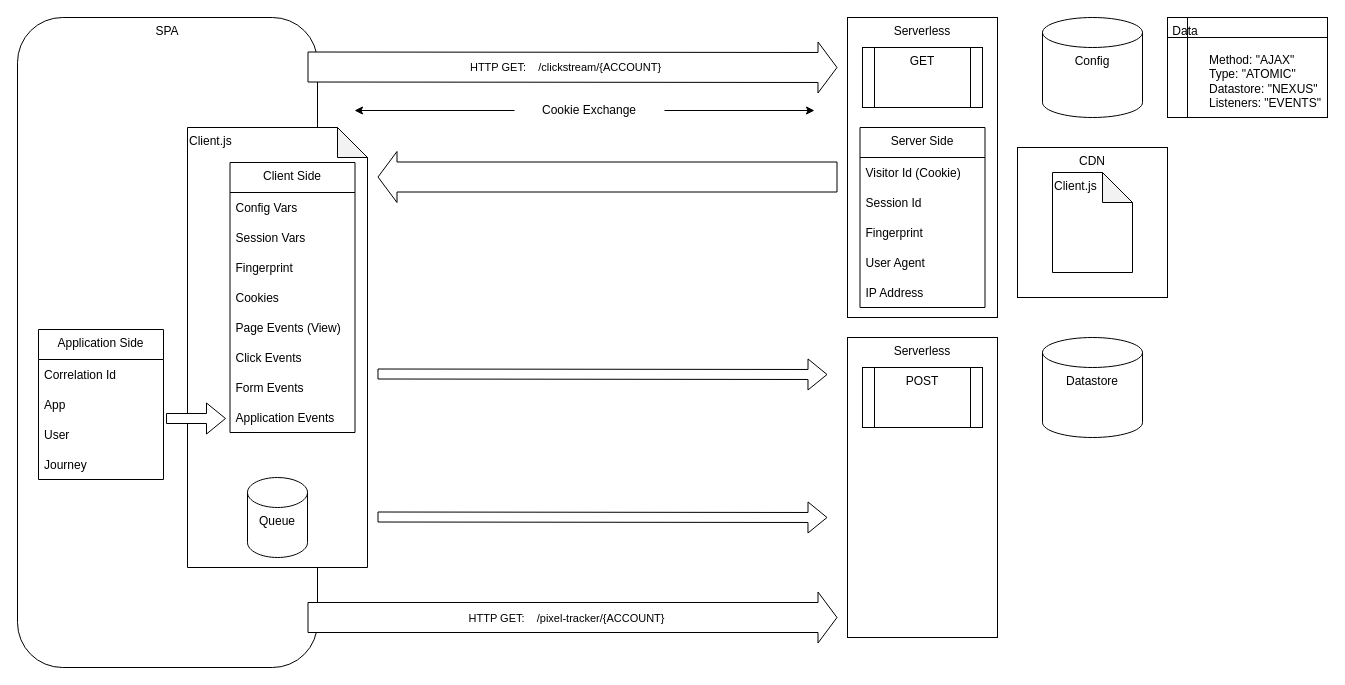
The draw.io diagram Clickstream.drawio in hikumealan/draw-io-diagrams, before the edit. Source tidied: cells renumbered, new cells numbered last; positions are measured from the earlier drawing's top-left corner, leaving out a move shared by most shapes. Both pictures are drawn from the tidied source at 100%, with x=0, y=0 at pixel (17, 17).
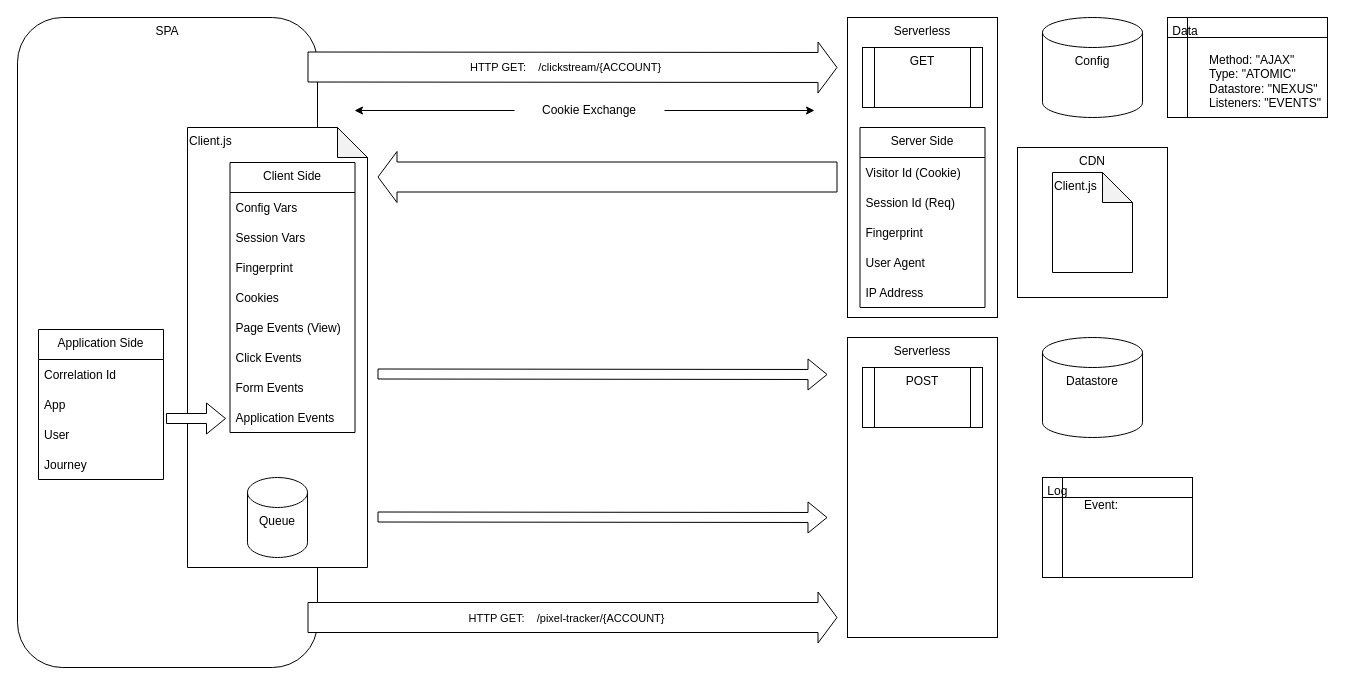
The same diagram, later.

The change refers to these unchanged cells:
```xml
<mxCell id="16" value="Server Side" style="swimlane;fontStyle=0;horizontal=1;startSize=30;verticalAlign=top;" parent="1" vertex="1">
  <mxGeometry x="842.5" y="110" width="125" height="180" as="geometry" />
</mxCell>
```

Change to the diagram source:
```diff
@@
-    <mxCell id="18" value="Session Id" style="text;strokeColor=none;fillColor=none;align=left;verticalAlign=middle;spacingLeft=4;spacingRight=4;overflow=hidden;" parent="16" vertex="1">
+    <mxCell id="18" value="Session Id (Req)" style="text;strokeColor=none;fillColor=none;align=left;verticalAlign=middle;spacingLeft=4;spacingRight=4;overflow=hidden;" parent="16" vertex="1">
       <mxGeometry y="60" width="125" height="30" as="geometry" />
     </mxCell>
@@
+    <mxCell id="45" value="&lt;span style=&quot;white-space: pre&quot;&gt; &lt;/span&gt;Log&lt;br&gt;&lt;blockquote style=&quot;margin: 0 0 0 40px ; border: none ; padding: 0px&quot;&gt;Event:&lt;/blockquote&gt;" style="shape=internalStorage;whiteSpace=wrap;html=1;backgroundOutline=1;verticalAlign=top;align=left;" parent="1" vertex="1">
+      <mxGeometry x="1025" y="460" width="150" height="100" as="geometry" />
+    </mxCell>
```
